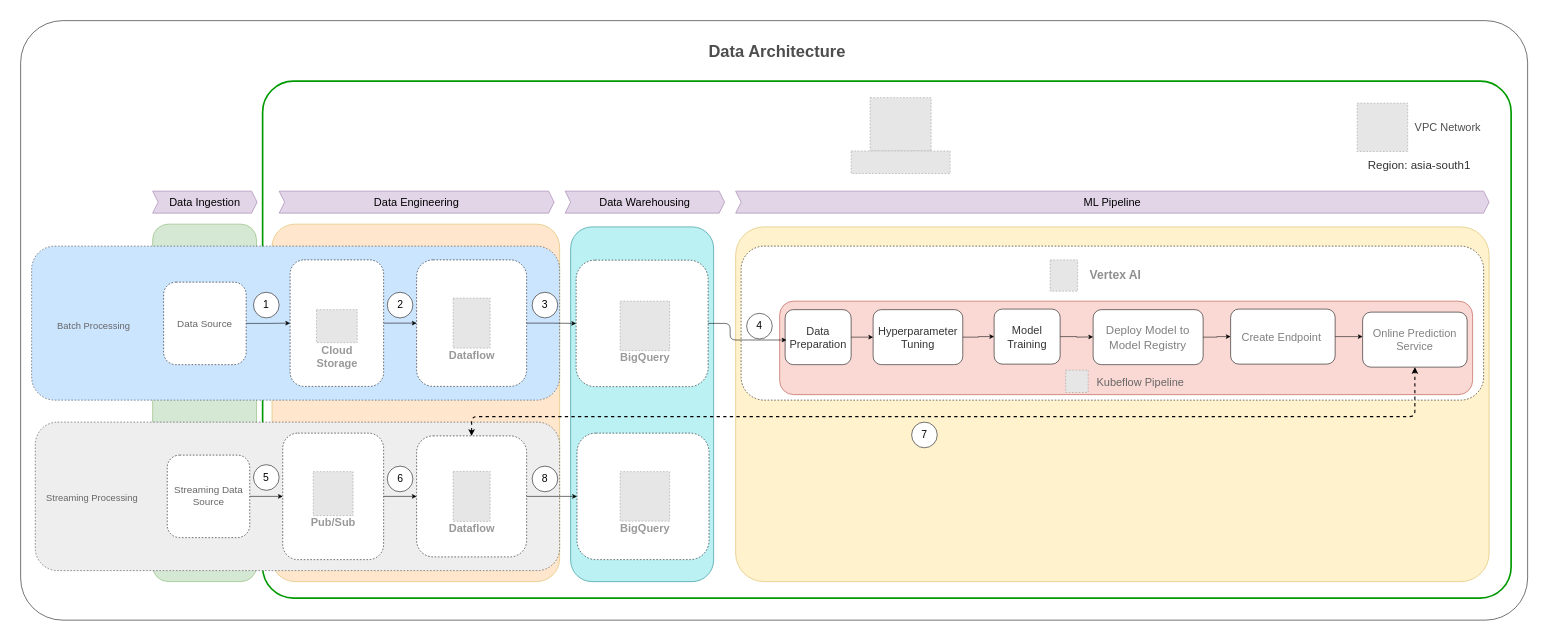
This is ML Ops Architecture.drawio from adityasolanki205/Architecture_diagrams, a draw.io file, before an edit. Source tidied: cells renumbered, new cells numbered last; positions are measured from the earlier drawing's top-left corner, leaving out a move shared by most shapes. Both pictures are drawn from the tidied source at 55%, with x=0, y=0 at pixel (20, 20). Pictures stored in the file or linked from it are replaced by grey dashed boxes.
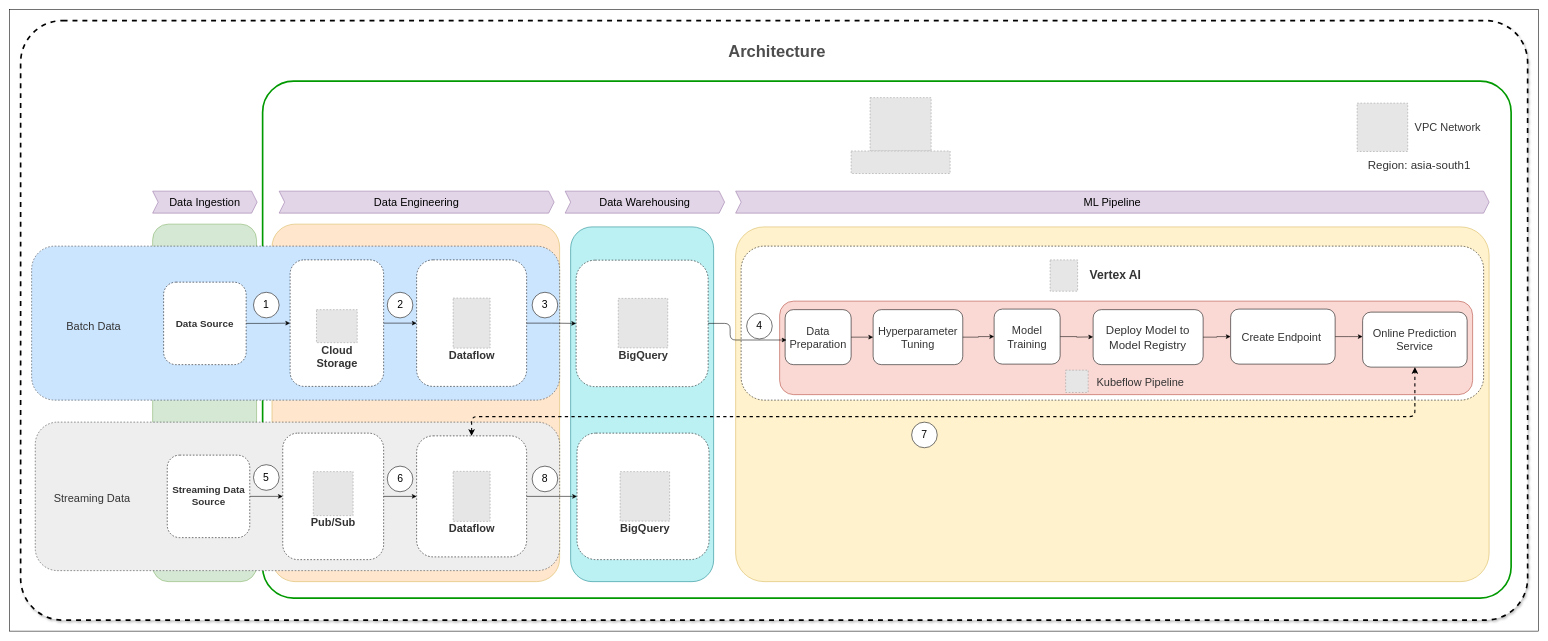
The same diagram, later.

The change refers to these unchanged cells:
```xml
<mxCell id="38" style="group;flipH=1;flipV=1;" parent="1" vertex="1">
  <mxGeometry x="1950" y="525.5" width="200" height="100" as="geometry" />
</mxCell>
<mxCell id="42" style="group;" parent="41" vertex="1">
  <mxGeometry width="190" height="100" as="geometry" />
</mxCell>
<mxCell id="56" style="group;" parent="1" vertex="1">
  <mxGeometry x="476.6" y="750" width="183.4" height="230" as="geometry" />
</mxCell>
<mxCell id="59" style="group;" parent="1" vertex="1">
  <mxGeometry x="720" y="730" width="256.6" height="245" as="geometry" />
</mxCell>
<mxCell id="70" style="group;" parent="1" vertex="1">
  <mxGeometry x="2440" y="530" width="190" height="100" as="geometry" />
</mxCell>
<mxCell id="75" style="group;rounded=1;" parent="1" vertex="1">
  <mxGeometry x="2430" y="150" width="240" height="87.9" as="geometry" />
</mxCell>
```

Change to the diagram source:
```diff
@@
+    <mxCell id="89" style="rounded=0;whiteSpace=wrap;html=1;" parent="1" vertex="1">
+      <mxGeometry x="-20" y="-20" width="2780" height="1130" as="geometry" />
+    </mxCell>
-    <mxCell id="2" style="rounded=1;whiteSpace=wrap;html=1;arcSize=7;" parent="1" vertex="1">
+    <mxCell id="2" style="rounded=1;whiteSpace=wrap;html=1;arcSize=7;dashed=1;glass=0;shadow=1;strokeWidth=3;" parent="1" vertex="1">
       <mxGeometry width="2740" height="1090" as="geometry" />
     </mxCell>
@@
-    <mxCell id="13" value="&lt;font style=&quot;font-size: 18px; color: rgb(102, 102, 102);&quot;&gt;Data Source&lt;/font&gt;" style="rounded=1;whiteSpace=wrap;html=1;dashed=1;" parent="1" vertex="1">
+    <mxCell id="13" value="&lt;font style=&quot;font-size: 18px; color: rgb(51, 51, 51);&quot;&gt;&lt;b&gt;Data Source&lt;/b&gt;&lt;/font&gt;" style="rounded=1;whiteSpace=wrap;html=1;dashed=1;" parent="1" vertex="1">
       <mxGeometry x="260" y="475.5" width="150" height="150" as="geometry" />
     </mxCell>
-    <mxCell id="14" value="Cloud&#10;Storage" style="fillColor=#E6E6E6;strokeColor=#999999;dashed=1;html=1;verticalAlign=top;labelPosition=center;verticalLabelPosition=bottom;align=center;spacingTop=-6;fontSize=20;fontStyle=1;fontColor=#999999;" parent="1" vertex="1">
+    <mxCell id="14" value="Cloud&#10;Storage" style="fillColor=#E6E6E6;strokeColor=#999999;dashed=1;html=1;verticalAlign=top;labelPosition=center;verticalLabelPosition=bottom;align=center;spacingTop=-6;fontSize=20;fontStyle=1;fontColor=#333333;" parent="1" vertex="1">
       <mxGeometry x="537.9" y="525.5" width="74.1" height="60" as="geometry" />
     </mxCell>
@@
-    <mxCell id="18" value="Dataflow" style="fillColor=#E6E6E6;strokeColor=#999999;dashed=1;html=1;verticalAlign=top;labelPosition=center;verticalLabelPosition=bottom;align=center;spacingTop=-6;fontSize=20;fontStyle=1;fontColor=#999999;" parent="1" vertex="1">
+    <mxCell id="18" value="Dataflow" style="fillColor=#E6E6E6;strokeColor=#999999;dashed=1;html=1;verticalAlign=top;labelPosition=center;verticalLabelPosition=bottom;align=center;spacingTop=-6;fontSize=20;fontStyle=1;fontColor=#333333;" parent="1" vertex="1">
       <mxGeometry x="786.4" y="504.5" width="67.2" height="91" as="geometry" />
     </mxCell>
@@
-    <mxCell id="20" style="fillColor=#ffffff;strokeColor=none;shadow=0;strokeWidth=0;rounded=1;absoluteArcSize=1;arcSize=2;dashed=1;dashPattern=1 4;fontSize=27;fontStyle=1;" parent="1" vertex="1">
+    <mxCell id="20" style="fillColor=#ffffff;strokeColor=none;shadow=0;strokeWidth=0;rounded=1;absoluteArcSize=1;arcSize=2;dashed=1;dashPattern=1 4;fontSize=27;fontStyle=1;fontColor=#333333;" parent="1" vertex="1">
       <mxGeometry x="1855" y="420" width="191" height="80" as="geometry" />
     </mxCell>
-    <mxCell id="21" value="&lt;font style=&quot;font-size: 22px;&quot;&gt;Vertex AI&lt;/font&gt;" style="fillColor=#E6E6E6;strokeColor=#999999;dashed=1;html=1;fontColor=light-dark(#8f8f8f, #6a6a6a);verticalLabelPosition=middle;verticalAlign=middle;labelPosition=right;align=left;spacingLeft=20;fontSize=20;fontStyle=1;" parent="20" vertex="1">
+    <mxCell id="21" value="&lt;font style=&quot;font-size: 22px; color: rgb(51, 51, 51);&quot;&gt;Vertex AI&lt;/font&gt;" style="fillColor=#E6E6E6;strokeColor=#999999;dashed=1;html=1;fontColor=light-dark(#8f8f8f, #6a6a6a);verticalLabelPosition=middle;verticalAlign=middle;labelPosition=right;align=left;spacingLeft=20;fontSize=20;fontStyle=1;" parent="20" vertex="1">
       <mxGeometry width="50" height="57" relative="1" as="geometry">
         <mxPoint x="16.8" y="15" as="offset" />
       </mxGeometry>
     </mxCell>
@@
-    <mxCell id="23" value="BigQuery" style="fillColor=#E6E6E6;strokeColor=#999999;dashed=1;html=1;verticalAlign=top;labelPosition=center;verticalLabelPosition=bottom;align=center;spacingTop=-6;fontSize=20;fontStyle=1;fontColor=#999999;" parent="1" vertex="1">
-      <mxGeometry x="1090" y="510" width="90" height="90" as="geometry" />
+    <mxCell id="23" value="BigQuery" style="fillColor=#E6E6E6;strokeColor=#999999;dashed=1;html=1;verticalAlign=top;labelPosition=center;verticalLabelPosition=bottom;align=center;spacingTop=-6;fontSize=20;fontStyle=1;fontColor=#333333;" parent="1" vertex="1">
+      <mxGeometry x="1086.6" y="505" width="90" height="90" as="geometry" />
     </mxCell>
@@
-    <mxCell id="40" value="&lt;font style=&quot;font-size: 21px;&quot;&gt;Deploy Model to Model Registry&lt;/font&gt;" style="text;html=1;align=center;verticalAlign=middle;whiteSpace=wrap;rounded=0;fontColor=light-dark(#7F7F7F,#EDEDED);fontSize=14;fontStyle=0;" parent="38" vertex="1">
+    <mxCell id="40" value="&lt;font style=&quot;font-size: 21px; color: rgb(51, 51, 51);&quot;&gt;Deploy Model to Model Registry&lt;/font&gt;" style="text;html=1;align=center;verticalAlign=middle;whiteSpace=wrap;rounded=0;fontColor=light-dark(#7F7F7F,#EDEDED);fontSize=14;fontStyle=0;" parent="38" vertex="1">
       <mxGeometry x="21.4" y="35" width="157.1" height="30" as="geometry" />
     </mxCell>
@@
-    <mxCell id="45" value="&lt;font style=&quot;font-size: 20px;&quot;&gt;Create Endpoint&lt;/font&gt;" style="text;html=1;align=center;verticalAlign=middle;whiteSpace=wrap;rounded=0;fontColor=light-dark(#7F7F7F,#EDEDED);fontSize=14;fontStyle=0;" parent="42" vertex="1">
+    <mxCell id="45" value="&lt;font style=&quot;font-size: 20px; color: rgb(51, 51, 51);&quot;&gt;Create Endpoint&lt;/font&gt;" style="text;html=1;align=center;verticalAlign=middle;whiteSpace=wrap;rounded=0;fontColor=light-dark(#7F7F7F,#EDEDED);fontSize=14;fontStyle=0;" parent="42" vertex="1">
       <mxGeometry x="15" y="35" width="155" height="30" as="geometry" />
     </mxCell>
@@
-    <mxCell id="47" value="&lt;font style=&quot;color: rgb(102, 102, 102); font-size: 20px;&quot;&gt;Kubeflow Pipeline&lt;/font&gt;" style="text;html=1;align=center;verticalAlign=middle;whiteSpace=wrap;rounded=0;fontSize=16;" parent="1" vertex="1">
+    <mxCell id="47" value="&lt;font style=&quot;font-size: 20px; color: rgb(51, 51, 51);&quot;&gt;Kubeflow Pipeline&lt;/font&gt;" style="text;html=1;align=center;verticalAlign=middle;whiteSpace=wrap;rounded=0;fontSize=16;" parent="1" vertex="1">
       <mxGeometry x="1941" y="640.8" width="190" height="30" as="geometry" />
     </mxCell>
-    <mxCell id="48" value="Batch Processing" style="text;html=1;align=center;verticalAlign=middle;whiteSpace=wrap;rounded=0;fontSize=17;fontColor=#666666;" parent="1" vertex="1">
+    <mxCell id="48" value="&lt;font style=&quot;font-size: 20px; color: rgb(51, 51, 51);&quot;&gt;Batch Data&lt;/font&gt;" style="text;html=1;align=center;verticalAlign=middle;whiteSpace=wrap;rounded=0;fontSize=17;fontColor=#666666;" parent="1" vertex="1">
       <mxGeometry x="6.4" y="540.5" width="253.6" height="30" as="geometry" />
     </mxCell>
@@
-    <mxCell id="54" value="&lt;font style=&quot;font-size: 18px; color: rgb(102, 102, 102);&quot;&gt;Streaming Data Source&lt;/font&gt;" style="rounded=1;whiteSpace=wrap;html=1;dashed=1;" parent="1" vertex="1">
+    <mxCell id="54" value="&lt;font style=&quot;font-size: 18px; color: rgb(51, 51, 51);&quot;&gt;&lt;b&gt;Streaming Data Source&lt;/b&gt;&lt;/font&gt;" style="rounded=1;whiteSpace=wrap;html=1;dashed=1;" parent="1" vertex="1">
       <mxGeometry x="266.6" y="790" width="150" height="150" as="geometry" />
     </mxCell>
-    <mxCell id="55" value="Streaming Processing" style="text;html=1;align=center;verticalAlign=middle;whiteSpace=wrap;rounded=0;fontSize=17;fontColor=#666666;" parent="1" vertex="1">
+    <mxCell id="55" value="&lt;font style=&quot;font-size: 20px; color: rgb(51, 51, 51);&quot;&gt;Streaming Data&lt;/font&gt;" style="text;html=1;align=center;verticalAlign=middle;whiteSpace=wrap;rounded=0;fontSize=17;fontColor=#666666;" parent="1" vertex="1">
       <mxGeometry x="3" y="854" width="253.6" height="30" as="geometry" />
     </mxCell>
@@
-    <mxCell id="58" value="Pub/Sub" style="fillColor=#E6E6E6;strokeColor=#999999;dashed=1;html=1;verticalAlign=top;labelPosition=center;verticalLabelPosition=bottom;align=center;spacingTop=-6;fontSize=20;fontStyle=1;fontColor=#999999;" parent="56" vertex="1">
+    <mxCell id="58" value="Pub/Sub" style="fillColor=#E6E6E6;strokeColor=#999999;dashed=1;html=1;verticalAlign=top;labelPosition=center;verticalLabelPosition=bottom;align=center;spacingTop=-6;fontSize=20;fontStyle=1;fontColor=#333333;" parent="56" vertex="1">
       <mxGeometry x="55.5" y="70" width="72.4" height="80" as="geometry" />
     </mxCell>
@@
-    <mxCell id="61" value="Dataflow" style="fillColor=#E6E6E6;strokeColor=#999999;dashed=1;html=1;verticalAlign=top;labelPosition=center;verticalLabelPosition=bottom;align=center;spacingTop=-6;fontSize=20;fontStyle=1;fontColor=#999999;" parent="59" vertex="1">
+    <mxCell id="61" value="&lt;font style=&quot;color: rgb(51, 51, 51);&quot;&gt;Dataflow&lt;/font&gt;" style="fillColor=#E6E6E6;strokeColor=#999999;dashed=1;html=1;verticalAlign=top;labelPosition=center;verticalLabelPosition=bottom;align=center;spacingTop=-6;fontSize=20;fontStyle=1;fontColor=#999999;" parent="59" vertex="1">
       <mxGeometry x="66.4" y="89.5" width="67.2" height="91" as="geometry" />
     </mxCell>
@@
-    <mxCell id="64" value="BigQuery" style="fillColor=#E6E6E6;strokeColor=#999999;dashed=1;html=1;verticalAlign=top;labelPosition=center;verticalLabelPosition=bottom;align=center;spacingTop=-6;fontSize=20;fontStyle=1;fontColor=#999999;" parent="1" vertex="1">
+    <mxCell id="64" value="BigQuery" style="fillColor=#E6E6E6;strokeColor=#999999;dashed=1;html=1;verticalAlign=top;labelPosition=center;verticalLabelPosition=bottom;align=center;spacingTop=-6;fontSize=20;fontStyle=1;fontColor=#333333;" parent="1" vertex="1">
       <mxGeometry x="1090" y="820" width="90" height="90" as="geometry" />
     </mxCell>
@@
-    <mxCell id="72" value="&lt;font style=&quot;font-size: 20px;&quot;&gt;Online Prediction Service&lt;/font&gt;" style="text;html=1;align=center;verticalAlign=middle;whiteSpace=wrap;rounded=0;fontColor=#808080;" parent="70" vertex="1">
+    <mxCell id="72" value="&lt;font style=&quot;font-size: 20px; color: rgb(51, 51, 51);&quot;&gt;Online Prediction Service&lt;/font&gt;" style="text;html=1;align=center;verticalAlign=middle;whiteSpace=wrap;rounded=0;fontColor=#808080;" parent="70" vertex="1">
       <mxGeometry x="10" y="35.3" width="170" height="30" as="geometry" />
     </mxCell>
@@
-    <mxCell id="77" value="&lt;font style=&quot;font-size: 20px; color: rgb(77, 77, 77);&quot;&gt;VPC Network&lt;/font&gt;" style="text;html=1;align=center;verticalAlign=middle;whiteSpace=wrap;rounded=0;" parent="75" vertex="1">
+    <mxCell id="77" value="&lt;font style=&quot;font-size: 20px; color: rgb(51, 51, 51);&quot;&gt;VPC Network&lt;/font&gt;" style="text;html=1;align=center;verticalAlign=middle;whiteSpace=wrap;rounded=0;" parent="75" vertex="1">
       <mxGeometry x="90" y="18.9" width="150" height="50" as="geometry" />
     </mxCell>
@@
-    <mxCell id="79" value="&lt;font style=&quot;color: rgb(77, 77, 77);&quot;&gt;Data Architecture&lt;/font&gt;" style="text;strokeColor=none;fillColor=none;html=1;fontSize=30;fontStyle=1;verticalAlign=middle;align=center;" parent="1" vertex="1">
+    <mxCell id="79" value="&lt;font style=&quot;color: rgb(77, 77, 77);&quot;&gt;Architecture&lt;/font&gt;" style="text;strokeColor=none;fillColor=none;html=1;fontSize=30;fontStyle=1;verticalAlign=middle;align=center;" parent="1" vertex="1">
       <mxGeometry x="1010" y="20" width="730" height="70" as="geometry" />
     </mxCell>
```
